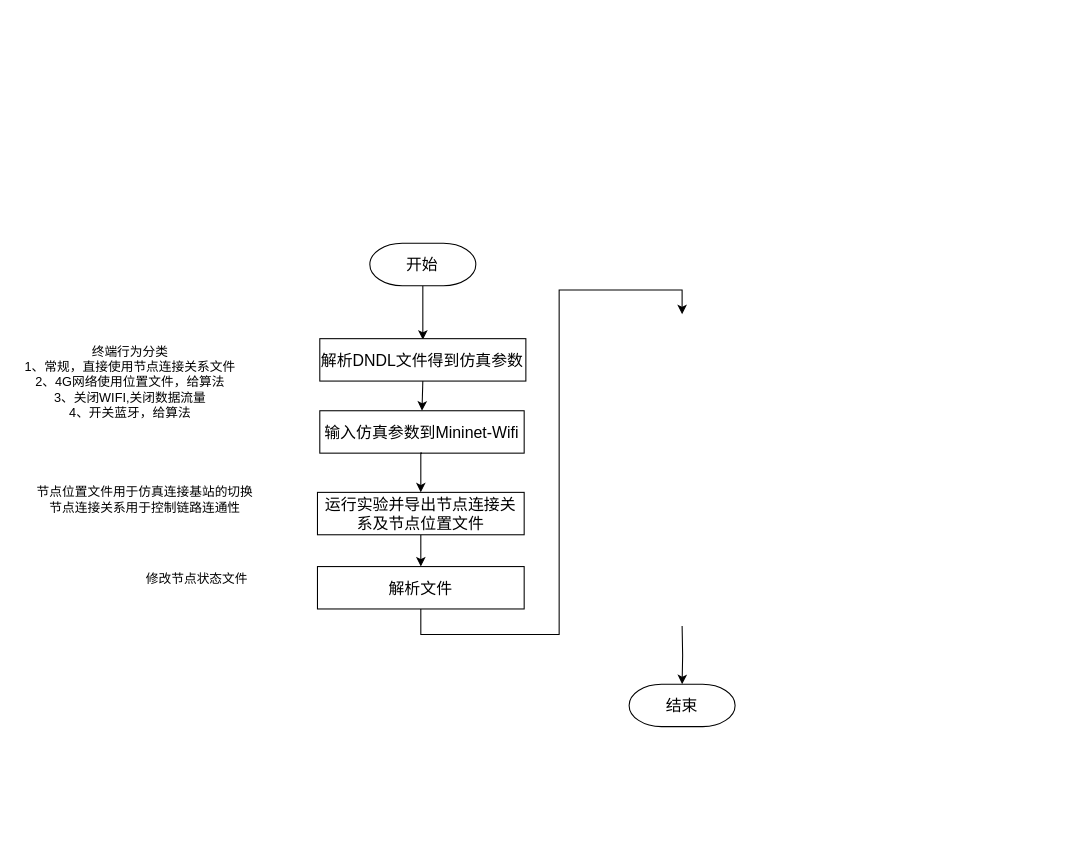
Earlier version of the draw.io diagram page "动态拓扑仿真流程" (9 of 9) of 网络控制技术_流程图.drawio (Icarus1994/neutron_conf). Source tidied: cells renumbered, new cells numbered last; positions are measured from the earlier drawing's top-left corner, leaving out a move shared by most shapes. Both pictures are drawn from the tidied source at 106%, with x=0, y=0 at pixel (18, 243).
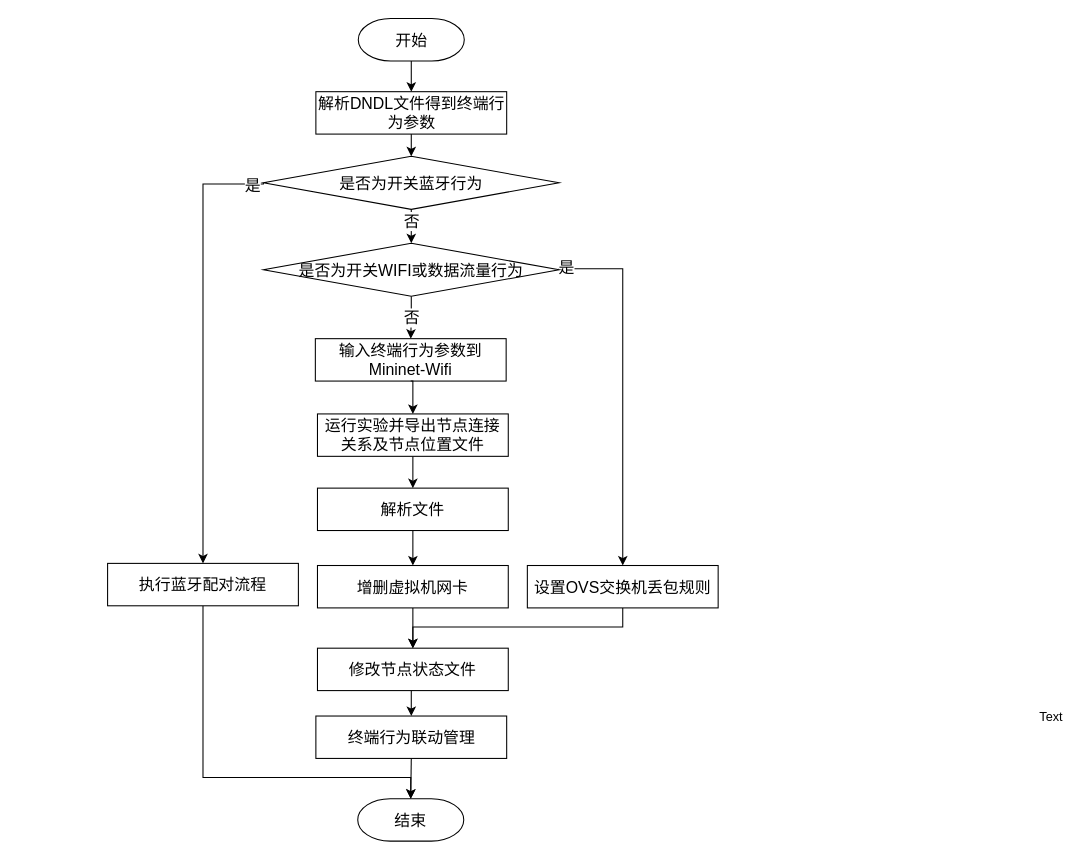
After the change.

The edit, as a diff of the source:
```diff
@@
-    <mxCell id="2" style="edgeStyle=orthogonalEdgeStyle;rounded=0;jettySize=auto;html=1;exitX=0.5;exitY=1;exitDx=0;exitDy=0;exitPerimeter=0;entryX=0.5;entryY=0;entryDx=0;entryDy=0;entryPerimeter=0;" parent="1" edge="1" source="3">
-      <mxGeometry relative="1" as="geometry">
-        <mxPoint x="381.4" y="91" as="targetPoint" />
-      </mxGeometry>
-    </mxCell>
+    <mxCell id="17" style="edgeStyle=orthogonalEdgeStyle;rounded=0;jettySize=auto;html=1;exitX=0.5;exitY=1;exitDx=0;exitDy=0;exitPerimeter=0;" parent="1" edge="1" source="3" target="30">
+      <mxGeometry relative="1" as="geometry" />
+    </mxCell>
     <mxCell id="3" value="开始" style="strokeWidth=1;html=1;shape=mxgraph.flowchart.terminator;whiteSpace=wrap;fontSize=15;" parent="1" vertex="1">
-      <mxGeometry x="331.4" width="100" height="40" as="geometry" />
+      <mxGeometry x="320.5" y="-212" width="100" height="40" as="geometry" />
     </mxCell>
     <mxCell id="4" value="结束" style="strokeWidth=1;html=1;shape=mxgraph.flowchart.terminator;whiteSpace=wrap;fontSize=15;" parent="1" vertex="1">
-      <mxGeometry x="576" y="416" width="100" height="40" as="geometry" />
+      <mxGeometry x="320" y="524" width="100" height="40" as="geometry" />
     </mxCell>
-    <mxCell id="5" style="edgeStyle=orthogonalEdgeStyle;rounded=0;jettySize=auto;html=1;exitX=0.5;exitY=1;exitDx=0;exitDy=0;entryX=0.5;entryY=0;entryDx=0;entryDy=0;" parent="1" edge="1" source="6" target="7">
+    <mxCell id="5" value="&lt;font style=&quot;font-size: 15px&quot;&gt;否&lt;/font&gt;" style="edgeStyle=orthogonalEdgeStyle;rounded=0;jettySize=auto;html=1;exitX=0.5;exitY=1;exitDx=0;exitDy=0;entryX=0.5;entryY=0;entryDx=0;entryDy=0;exitPerimeter=0;" parent="1" edge="1" source="28" target="7">
       <mxGeometry relative="1" as="geometry" />
     </mxCell>
-    <mxCell id="6" value="解析DNDL文件得到仿真参数" style="rounded=0;whiteSpace=wrap;html=1;strokeWidth=1;fontSize=15;" parent="1" vertex="1">
-      <mxGeometry x="284.2" y="90" width="194.4" height="40" as="geometry" />
-    </mxCell>
-    <mxCell id="7" value="输入仿真参数到Mininet-Wifi" style="rounded=0;whiteSpace=wrap;html=1;strokeWidth=1;fontSize=15;" parent="1" vertex="1">
-      <mxGeometry x="284.2" y="158" width="192.8" height="40" as="geometry" />
+    <mxCell id="7" value="输入终端行为参数到Mininet-Wifi" style="rounded=0;whiteSpace=wrap;html=1;strokeWidth=1;fontSize=15;" parent="1" vertex="1">
+      <mxGeometry x="280" y="90" width="180" height="40" as="geometry" />
     </mxCell>
@@
     <mxCell id="9" value="运行实验并导出节点连接关系及节点位置文件" style="rounded=0;whiteSpace=wrap;html=1;strokeWidth=1;fontSize=15;" parent="1" vertex="1">
-      <mxGeometry x="282" y="235" width="195" height="40" as="geometry" />
+      <mxGeometry x="282" y="161" width="180" height="40" as="geometry" />
     </mxCell>
+    <mxCell id="18" style="edgeStyle=orthogonalEdgeStyle;rounded=0;jettySize=auto;html=1;exitX=0.5;exitY=1;exitDx=0;exitDy=0;" parent="1" edge="1" source="10" target="34">
+      <mxGeometry relative="1" as="geometry" />
+    </mxCell>
     <mxCell id="10" value="解析文件" style="rounded=0;whiteSpace=wrap;html=1;strokeWidth=1;fontSize=15;" parent="1" vertex="1">
-      <mxGeometry x="282" y="305" width="195" height="40" as="geometry" />
+      <mxGeometry x="282" y="231" width="180" height="40" as="geometry" />
     </mxCell>
-    <mxCell id="11" style="edgeStyle=orthogonalEdgeStyle;rounded=0;jettySize=auto;html=1;exitX=0.5;exitY=1;exitDx=0;exitDy=0;entryX=0.5;entryY=0;entryDx=0;entryDy=0;fontSize=13;" parent="1" edge="1" source="10">
-      <mxGeometry relative="1" as="geometry">
-        <mxPoint x="626" y="67" as="targetPoint" />
-        <Array as="points">
-          <mxPoint x="380" y="369" />
-          <mxPoint x="510" y="369" />
-          <mxPoint x="510" y="44" />
-          <mxPoint x="626" y="44" />
-        </Array>
-      </mxGeometry>
-    </mxCell>
-    <mxCell id="12" style="edgeStyle=orthogonalEdgeStyle;rounded=0;jettySize=auto;html=1;exitX=0.5;exitY=1;exitDx=0;exitDy=0;entryX=0.5;entryY=0;entryDx=0;entryDy=0;entryPerimeter=0;fontSize=13;" parent="1" edge="1" target="4">
-      <mxGeometry relative="1" as="geometry">
-        <mxPoint x="626" y="361" as="sourcePoint" />
-      </mxGeometry>
-    </mxCell>
@@
-    <mxCell id="14" value="节点位置文件用于仿真连接基站的切换&lt;br&gt;节点连接关系用于控制链路连通性" style="text;html=1;align=center;verticalAlign=middle;" parent="1" vertex="1">
-      <mxGeometry x="12" y="226" width="214" height="32" as="geometry" />
-    </mxCell>
+    <mxCell id="19" style="edgeStyle=orthogonalEdgeStyle;rounded=0;jettySize=auto;html=1;exitX=0;exitY=0.5;exitDx=0;exitDy=0;exitPerimeter=0;entryX=0.5;entryY=0;entryDx=0;entryDy=0;" parent="1" edge="1" source="23" target="25">
+      <mxGeometry relative="1" as="geometry">
+        <Array as="points">
+          <mxPoint x="231" y="-56" />
+          <mxPoint x="174" y="-56" />
+        </Array>
+      </mxGeometry>
+    </mxCell>
+    <mxCell id="20" value="&lt;font style=&quot;font-size: 15px&quot;&gt;是&lt;/font&gt;" style="edgeLabel;html=1;align=center;verticalAlign=middle;" parent="19" vertex="1">
+      <mxGeometry x="-0.94" relative="1" as="geometry" />
+    </mxCell>
+    <mxCell id="21" style="edgeStyle=orthogonalEdgeStyle;rounded=0;jettySize=auto;html=1;exitX=0.5;exitY=1;exitDx=0;exitDy=0;exitPerimeter=0;" parent="1" edge="1" source="23" target="28">
+      <mxGeometry relative="1" as="geometry" />
+    </mxCell>
+    <mxCell id="22" value="&lt;font style=&quot;font-size: 15px&quot;&gt;否&lt;/font&gt;" style="edgeLabel;html=1;align=center;verticalAlign=middle;" parent="21" vertex="1">
+      <mxGeometry x="0.17" y="2" relative="1" as="geometry">
+        <mxPoint x="-2" y="-2" as="offset" />
+      </mxGeometry>
+    </mxCell>
+    <mxCell id="23" value="&lt;span style=&quot;font-size: 15px&quot;&gt;是否为开关蓝牙行为&lt;br style=&quot;font-size: 15px&quot;&gt;&lt;/span&gt;" style="strokeWidth=1;html=1;shape=mxgraph.flowchart.decision;whiteSpace=wrap;fontSize=15;" parent="1" vertex="1">
+      <mxGeometry x="231" y="-82" width="279" height="50" as="geometry" />
+    </mxCell>
+    <mxCell id="24" style="edgeStyle=orthogonalEdgeStyle;rounded=0;jettySize=auto;html=1;exitX=0.5;exitY=1;exitDx=0;exitDy=0;entryX=0.5;entryY=0;entryDx=0;entryDy=0;entryPerimeter=0;" parent="1" edge="1" source="25" target="4">
+      <mxGeometry relative="1" as="geometry">
+        <Array as="points">
+          <mxPoint x="174" y="504" />
+          <mxPoint x="370" y="504" />
+        </Array>
+      </mxGeometry>
+    </mxCell>
+    <mxCell id="25" value="执行蓝牙配对流程" style="rounded=0;whiteSpace=wrap;html=1;strokeWidth=1;fontSize=15;" parent="1" vertex="1">
+      <mxGeometry x="84" y="302" width="180" height="40" as="geometry" />
+    </mxCell>
+    <mxCell id="26" style="edgeStyle=orthogonalEdgeStyle;rounded=0;jettySize=auto;html=1;exitX=1;exitY=0.5;exitDx=0;exitDy=0;exitPerimeter=0;entryX=0.5;entryY=0;entryDx=0;entryDy=0;" parent="1" edge="1" source="28" target="32">
+      <mxGeometry relative="1" as="geometry">
+        <Array as="points">
+          <mxPoint x="510" y="24" />
+          <mxPoint x="570" y="24" />
+        </Array>
+      </mxGeometry>
+    </mxCell>
+    <mxCell id="27" value="&lt;font style=&quot;font-size: 15px&quot;&gt;是&lt;/font&gt;" style="edgeLabel;html=1;align=center;verticalAlign=middle;" parent="26" vertex="1">
+      <mxGeometry x="-0.96" y="2" relative="1" as="geometry" />
+    </mxCell>
+    <mxCell id="28" value="&lt;span style=&quot;font-size: 15px&quot;&gt;是否为开关WIFI或数据流量行为&lt;br style=&quot;font-size: 15px&quot;&gt;&lt;/span&gt;" style="strokeWidth=1;html=1;shape=mxgraph.flowchart.decision;whiteSpace=wrap;fontSize=15;" parent="1" vertex="1">
+      <mxGeometry x="231" width="279" height="50" as="geometry" />
+    </mxCell>
+    <mxCell id="29" style="edgeStyle=orthogonalEdgeStyle;rounded=0;jettySize=auto;html=1;exitX=0.5;exitY=1;exitDx=0;exitDy=0;entryX=0.5;entryY=0;entryDx=0;entryDy=0;entryPerimeter=0;" parent="1" edge="1" source="30" target="23">
+      <mxGeometry relative="1" as="geometry" />
+    </mxCell>
+    <mxCell id="30" value="解析DNDL文件得到终端行为参数" style="rounded=0;whiteSpace=wrap;html=1;strokeWidth=1;fontSize=15;" parent="1" vertex="1">
+      <mxGeometry x="280.5" y="-143" width="180" height="40" as="geometry" />
+    </mxCell>
+    <mxCell id="31" style="edgeStyle=orthogonalEdgeStyle;rounded=0;jettySize=auto;html=1;exitX=0.5;exitY=1;exitDx=0;exitDy=0;entryX=0.5;entryY=0;entryDx=0;entryDy=0;" parent="1" edge="1" source="32" target="15">
+      <mxGeometry relative="1" as="geometry">
+        <Array as="points">
+          <mxPoint x="570" y="362" />
+          <mxPoint x="372" y="362" />
+        </Array>
+      </mxGeometry>
+    </mxCell>
+    <mxCell id="32" value="设置OVS交换机丢包规则" style="rounded=0;whiteSpace=wrap;html=1;strokeWidth=1;fontSize=15;" parent="1" vertex="1">
+      <mxGeometry x="480" y="304" width="180" height="40" as="geometry" />
+    </mxCell>
+    <mxCell id="33" style="edgeStyle=orthogonalEdgeStyle;rounded=0;jettySize=auto;html=1;exitX=0.5;exitY=1;exitDx=0;exitDy=0;entryX=0.5;entryY=0;entryDx=0;entryDy=0;" parent="1" edge="1" source="34" target="15">
+      <mxGeometry relative="1" as="geometry" />
+    </mxCell>
+    <mxCell id="34" value="增删虚拟机网卡" style="rounded=0;whiteSpace=wrap;html=1;strokeWidth=1;fontSize=15;" parent="1" vertex="1">
+      <mxGeometry x="282" y="304" width="180" height="40" as="geometry" />
+    </mxCell>
+    <mxCell id="35" style="edgeStyle=orthogonalEdgeStyle;rounded=0;jettySize=auto;html=1;exitX=0.5;exitY=1;exitDx=0;exitDy=0;entryX=0.5;entryY=0;entryDx=0;entryDy=0;entryPerimeter=0;" parent="1" edge="1" source="36" target="4">
+      <mxGeometry relative="1" as="geometry" />
+    </mxCell>
+    <mxCell id="36" value="终端行为联动管理" style="rounded=0;whiteSpace=wrap;html=1;strokeWidth=1;fontSize=15;" parent="1" vertex="1">
+      <mxGeometry x="280.5" y="446" width="180" height="40" as="geometry" />
+    </mxCell>
+    <mxCell id="37" value="Text" style="text;html=1;align=center;verticalAlign=middle;" parent="1" vertex="1">
+      <mxGeometry x="958" y="438" width="32" height="18" as="geometry" />
+    </mxCell>
+    <mxCell id="38" style="edgeStyle=orthogonalEdgeStyle;rounded=0;jettySize=auto;html=1;exitX=0.5;exitY=1;exitDx=0;exitDy=0;entryX=0.5;entryY=0;entryDx=0;entryDy=0;" parent="1" edge="1" source="15" target="36">
+      <mxGeometry relative="1" as="geometry" />
+    </mxCell>
-    <mxCell id="15" value="修改节点状态文件" style="text;html=1;align=center;verticalAlign=middle;points=[];" parent="1" vertex="1">
-      <mxGeometry x="115" y="308" width="106" height="18" as="geometry" />
+    <mxCell id="15" value="修改节点状态文件" style="rounded=0;whiteSpace=wrap;html=1;strokeWidth=1;fontSize=15;" parent="1" vertex="1">
+      <mxGeometry x="282" y="382" width="180" height="40" as="geometry" />
     </mxCell>
-    <mxCell id="16" value="终端行为分类&lt;br&gt;1、常规，直接使用节点连接关系文件&lt;br&gt;2、4G网络使用位置文件，给算法&lt;br&gt;3、关闭WIFI,关闭数据流量&lt;br&gt;4、开关蓝牙，给算法" style="text;html=1;align=center;verticalAlign=middle;" parent="1" vertex="1">
-      <mxGeometry y="94" width="209" height="74" as="geometry" />
-    </mxCell>
```
